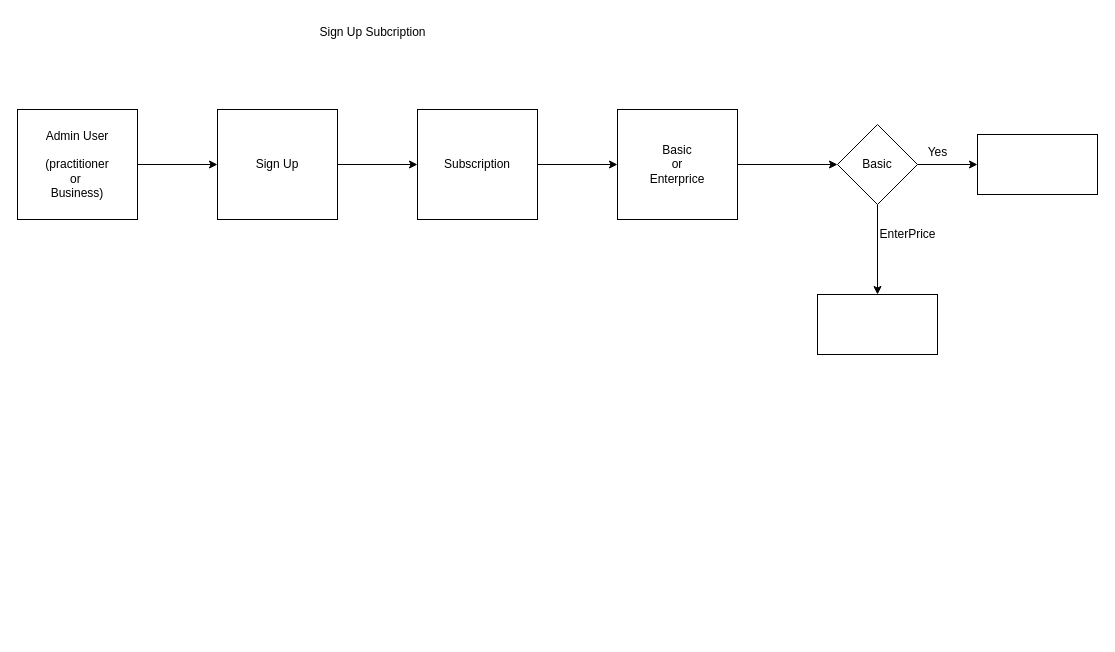
The draw.io diagram admin subscription.drawio in mamun4023/diagrams, before the edit. Source tidied: cells renumbered, new cells numbered last; positions are measured from the earlier drawing's top-left corner, leaving out a move shared by most shapes. Both pictures are drawn from the tidied source at 100%, with x=0, y=0 at pixel (17, 17).
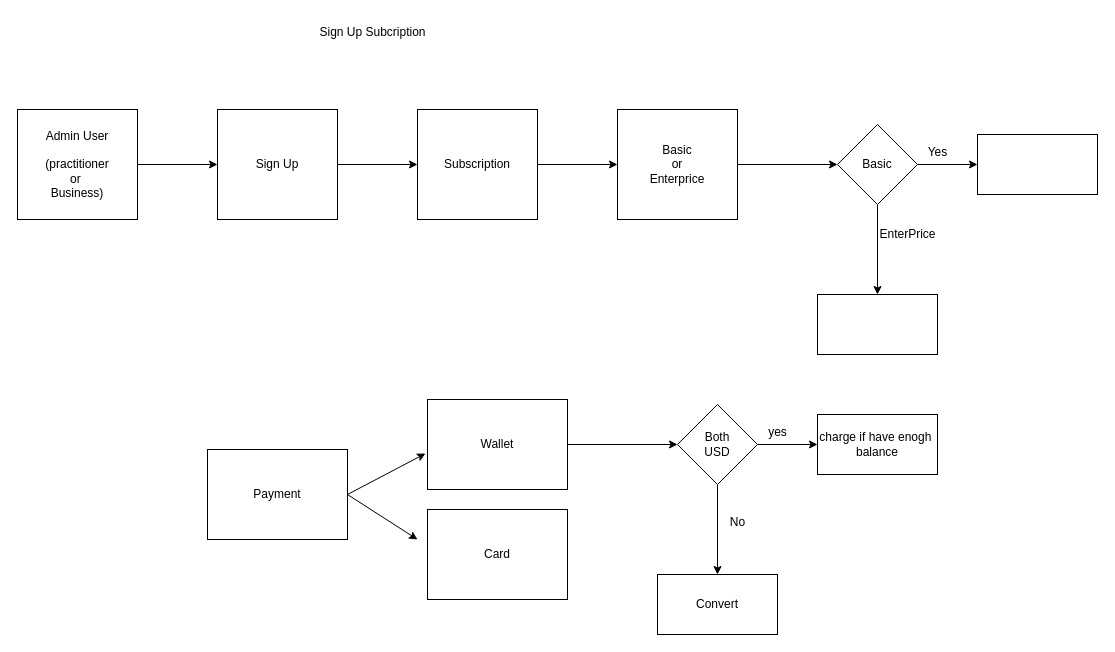
The same diagram, later.

Change to the diagram source:
```diff
@@
+    <mxCell id="18" value="Payment" style="rounded=0;whiteSpace=wrap;html=1;" parent="1" vertex="1">
+      <mxGeometry x="190" y="432" width="140" height="90" as="geometry" />
+    </mxCell>
+    <mxCell id="19" style="edgeStyle=orthogonalEdgeStyle;rounded=0;jettySize=auto;html=1;" parent="1" edge="1" source="20" target="26">
+      <mxGeometry relative="1" as="geometry" />
+    </mxCell>
+    <mxCell id="20" value="Wallet" style="rounded=0;whiteSpace=wrap;html=1;" parent="1" vertex="1">
+      <mxGeometry x="410" y="382" width="140" height="90" as="geometry" />
+    </mxCell>
+    <mxCell id="21" value="Card" style="rounded=0;whiteSpace=wrap;html=1;" parent="1" vertex="1">
+      <mxGeometry x="410" y="492" width="140" height="90" as="geometry" />
+    </mxCell>
+    <mxCell id="22" style="endArrow=classic;html=1;rounded=0;exitX=1;exitY=0.5;exitDx=0;exitDy=0;entryX=-0.014;entryY=0.6;entryDx=0;entryDy=0;entryPerimeter=0;" parent="1" edge="1" source="18" target="20">
+      <mxGeometry relative="1" as="geometry" />
+    </mxCell>
+    <mxCell id="23" style="endArrow=classic;html=1;rounded=0;exitX=1;exitY=0.5;exitDx=0;exitDy=0;" parent="1" edge="1" source="18">
+      <mxGeometry relative="1" as="geometry">
+        <mxPoint x="400" y="522" as="targetPoint" />
+      </mxGeometry>
+    </mxCell>
+    <mxCell id="24" style="edgeStyle=orthogonalEdgeStyle;rounded=0;jettySize=auto;html=1;" parent="1" edge="1" source="26" target="27">
+      <mxGeometry relative="1" as="geometry" />
+    </mxCell>
+    <mxCell id="25" style="edgeStyle=orthogonalEdgeStyle;rounded=0;jettySize=auto;html=1;" parent="1" edge="1" source="26" target="29">
+      <mxGeometry relative="1" as="geometry" />
+    </mxCell>
+    <mxCell id="26" value="Both&lt;br&gt;USD" style="rhombus;whiteSpace=wrap;html=1;rounded=0;" parent="1" vertex="1">
+      <mxGeometry x="660" y="387" width="80" height="80" as="geometry" />
+    </mxCell>
+    <mxCell id="27" value="charge if have enogh&amp;nbsp;&lt;br&gt;balance" style="rounded=0;whiteSpace=wrap;html=1;" parent="1" vertex="1">
+      <mxGeometry x="800" y="397" width="120" height="60" as="geometry" />
+    </mxCell>
+    <mxCell id="28" value="yes" style="text;html=1;align=center;verticalAlign=middle;strokeColor=none;fillColor=none;" parent="1" vertex="1">
+      <mxGeometry x="740" y="400" width="40" height="30" as="geometry" />
+    </mxCell>
+    <mxCell id="29" value="Convert" style="whiteSpace=wrap;html=1;rounded=0;" parent="1" vertex="1">
+      <mxGeometry x="640" y="557" width="120" height="60" as="geometry" />
+    </mxCell>
+    <mxCell id="30" value="No" style="text;html=1;align=center;verticalAlign=middle;strokeColor=none;fillColor=none;" parent="1" vertex="1">
+      <mxGeometry x="700" y="490" width="40" height="30" as="geometry" />
+    </mxCell>
```
